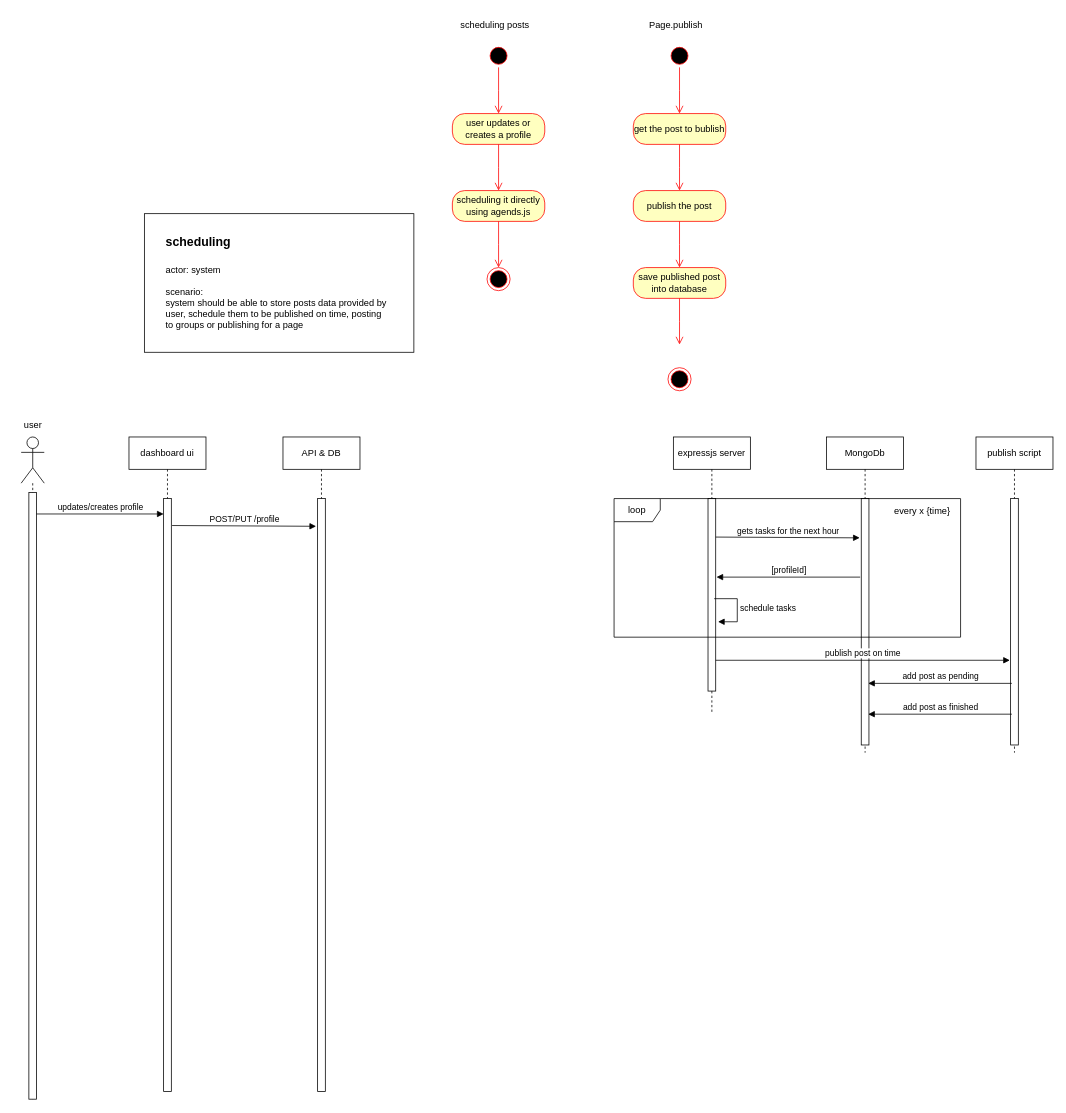
The draw.io diagram page "scheduling" (3 of 4) of auto-post.drawio in ahmed-elbehairy7/pamylka-system-design, before the edit. Source tidied: cells renumbered, new cells numbered last; positions are measured from the earlier drawing's top-left corner, leaving out a move shared by most shapes. Both pictures are drawn from the tidied source at 77%, with x=0, y=0 at pixel (13, 13).
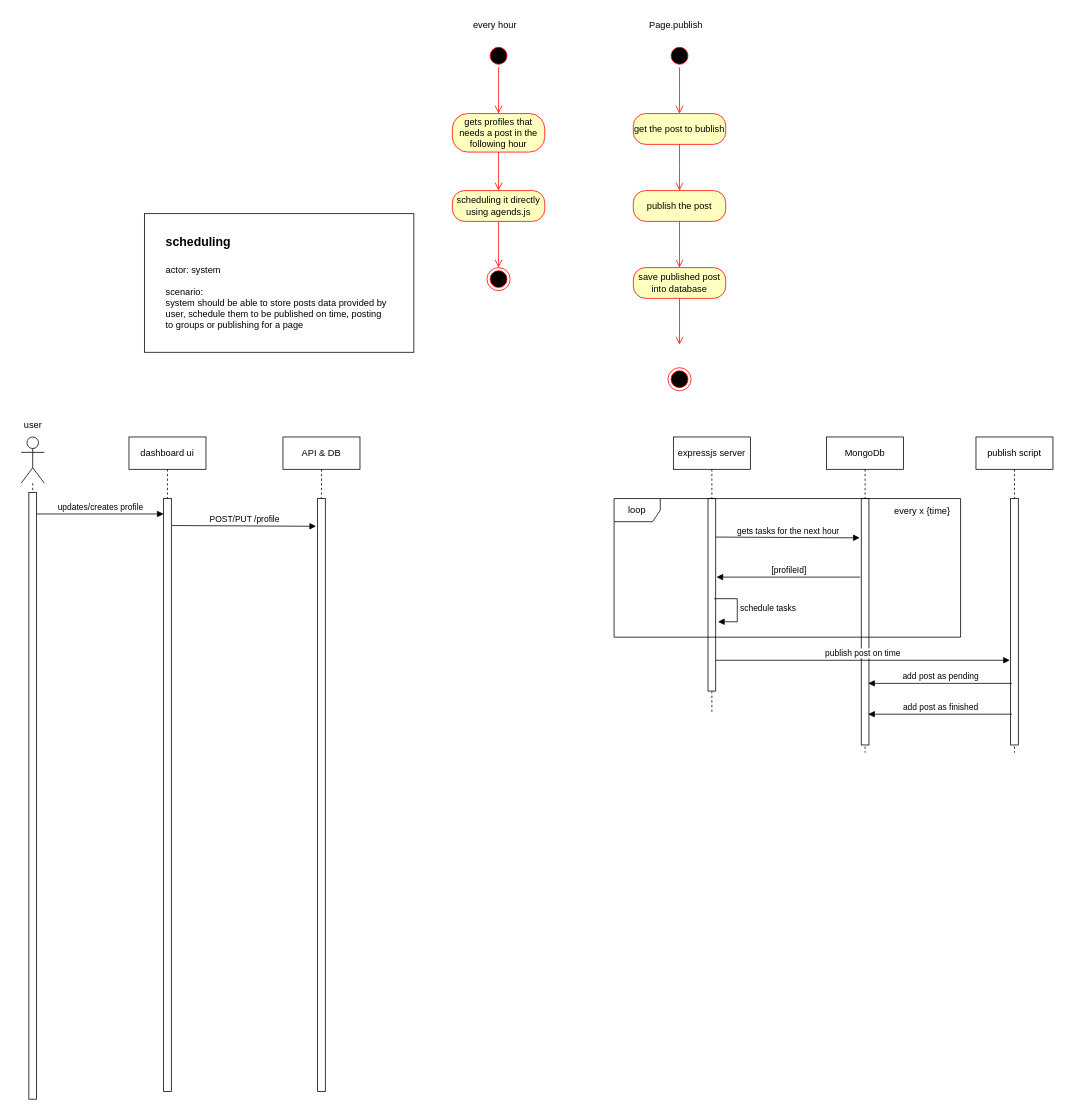
The same page after the edit.

What changed in the source:
```diff
@@
-    <mxCell id="7" value="user updates or creates a profile" style="rounded=1;whiteSpace=wrap;html=1;arcSize=40;fontColor=#000000;fillColor=#ffffc0;strokeColor=#ff0000;" parent="1" vertex="1">
-      <mxGeometry x="570" y="130" width="120" height="40" as="geometry" />
+    <mxCell id="7" value="gets profiles that needs a post in the following hour" style="rounded=1;whiteSpace=wrap;html=1;arcSize=40;fontColor=#000000;fillColor=#ffffc0;strokeColor=#ff0000;" parent="1" vertex="1">
+      <mxGeometry x="570" y="130" width="120" height="50" as="geometry" />
     </mxCell>
@@
-    <mxCell id="12" value="scheduling posts" style="text;html=1;align=center;verticalAlign=middle;strokeColor=none;fillColor=none;" parent="1" vertex="1">
-      <mxGeometry x="570" width="110" height="30" as="geometry" />
+    <mxCell id="12" value="every hour" style="text;html=1;align=center;verticalAlign=middle;strokeColor=none;fillColor=none;" parent="1" vertex="1">
+      <mxGeometry x="585" width="80" height="30" as="geometry" />
     </mxCell>
```
